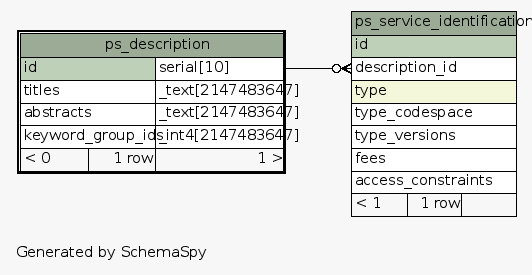
This is manuals_and_examples/manuals/doc-petascope/dbschema/schema/diagrams/ps_description.1degree.png from kalxas/rasdaman, a Graphviz export, as it was before one commit. Its source is kept beside it as manuals_and_examples/manuals/doc-petascope/dbschema/schema/diagrams/ps_description.1degree.dot.
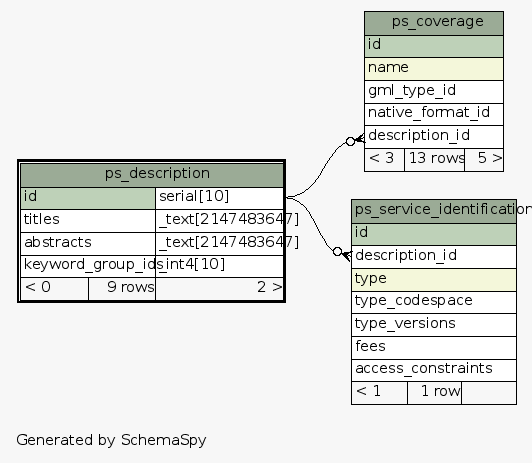
The same file after the commit.

Diff of the diagram source:
```diff
@@ -17,7 +17,22 @@
   edge [
     arrowsize="0.8"
   ];
+  "ps_coverage":"description_id":w -> "ps_description":"id.type":e [arrowhead=none dir=back arrowtail=crowodot];
   "ps_service_identification":"description_id":w -> "ps_description":"id.type":e [arrowhead=none dir=back arrowtail=crowodot];
+  "ps_coverage" [
+    label=<
+    <TABLE BORDER="0" CELLBORDER="1" CELLSPACING="0" BGCOLOR="#ffffff">
+      <TR><TD COLSPAN="3" BGCOLOR="#9bab96" ALIGN="CENTER">ps_coverage</TD></TR>
+      <TR><TD PORT="id" COLSPAN="3" BGCOLOR="#bed1b8" ALIGN="LEFT">id</TD></TR>
+      <TR><TD PORT="name" COLSPAN="3" BGCOLOR="#f4f7da" ALIGN="LEFT">name</TD></TR>
+      <TR><TD PORT="gml_type_id" COLSPAN="3" ALIGN="LEFT">gml_type_id</TD></TR>
+      <TR><TD PORT="native_format_id" COLSPAN="3" ALIGN="LEFT">native_format_id</TD></TR>
+      <TR><TD PORT="description_id" COLSPAN="3" ALIGN="LEFT">description_id</TD></TR>
+      <TR><TD ALIGN="LEFT" BGCOLOR="#f7f7f7">&lt; 3</TD><TD ALIGN="RIGHT" BGCOLOR="#f7f7f7">13 rows</TD><TD ALIGN="RIGHT" BGCOLOR="#f7f7f7">5 &gt;</TD></TR>
+    </TABLE>>
+    URL="ps_coverage.html"
+    tooltip="ps_coverage"
+  ];
   "ps_description" [
     label=<
     <TABLE BORDER="2" CELLBORDER="1" CELLSPACING="0" BGCOLOR="#ffffff">
@@ -25,8 +40,8 @@
       <TR><TD PORT="id" COLSPAN="2" BGCOLOR="#bed1b8" ALIGN="LEFT">id</TD><TD PORT="id.type" ALIGN="LEFT">serial[10]</TD></TR>
       <TR><TD PORT="titles" COLSPAN="2" ALIGN="LEFT">titles</TD><TD PORT="titles.type" ALIGN="LEFT">_text[2147483647]</TD></TR>
       <TR><TD PORT="abstracts" COLSPAN="2" ALIGN="LEFT">abstracts</TD><TD PORT="abstracts.type" ALIGN="LEFT">_text[2147483647]</TD></TR>
-      <TR><TD PORT="keyword_group_ids" COLSPAN="2" ALIGN="LEFT">keyword_group_ids</TD><TD PORT="keyword_group_ids.type" ALIGN="LEFT">_int4[2147483647]</TD></TR>
-      <TR><TD ALIGN="LEFT" BGCOLOR="#f7f7f7">&lt; 0</TD><TD ALIGN="RIGHT" BGCOLOR="#f7f7f7">1 row</TD><TD ALIGN="RIGHT" BGCOLOR="#f7f7f7">1 &gt;</TD></TR>
+      <TR><TD PORT="keyword_group_ids" COLSPAN="2" ALIGN="LEFT">keyword_group_ids</TD><TD PORT="keyword_group_ids.type" ALIGN="LEFT">_int4[10]</TD></TR>
+      <TR><TD ALIGN="LEFT" BGCOLOR="#f7f7f7">&lt; 0</TD><TD ALIGN="RIGHT" BGCOLOR="#f7f7f7">9 rows</TD><TD ALIGN="RIGHT" BGCOLOR="#f7f7f7">2 &gt;</TD></TR>
     </TABLE>>
     URL="ps_description.html"
     tooltip="ps_description"
```
